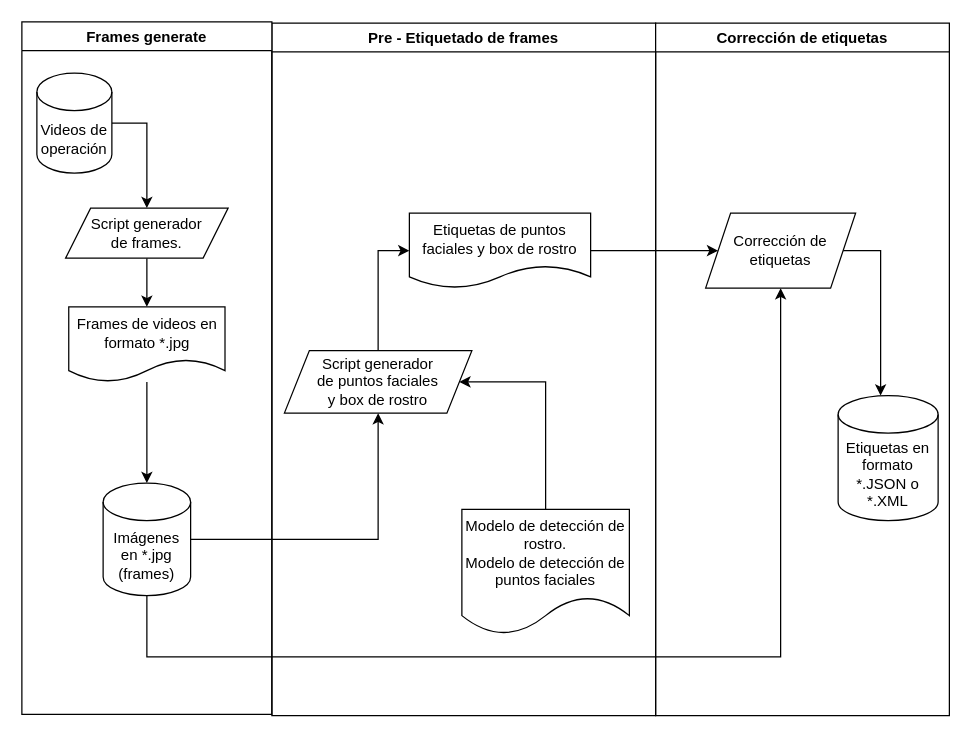
The draw.io diagram page "Page-2" (2 of 3) of data/Untitled Diagram.drawio in VicManX/dagdata, before the edit. Source tidied: cells renumbered, new cells numbered last; positions are measured from the earlier drawing's top-left corner, leaving out a move shared by most shapes. Both pictures are drawn from the tidied source at 125%, with x=0, y=0 at pixel (21, 21).
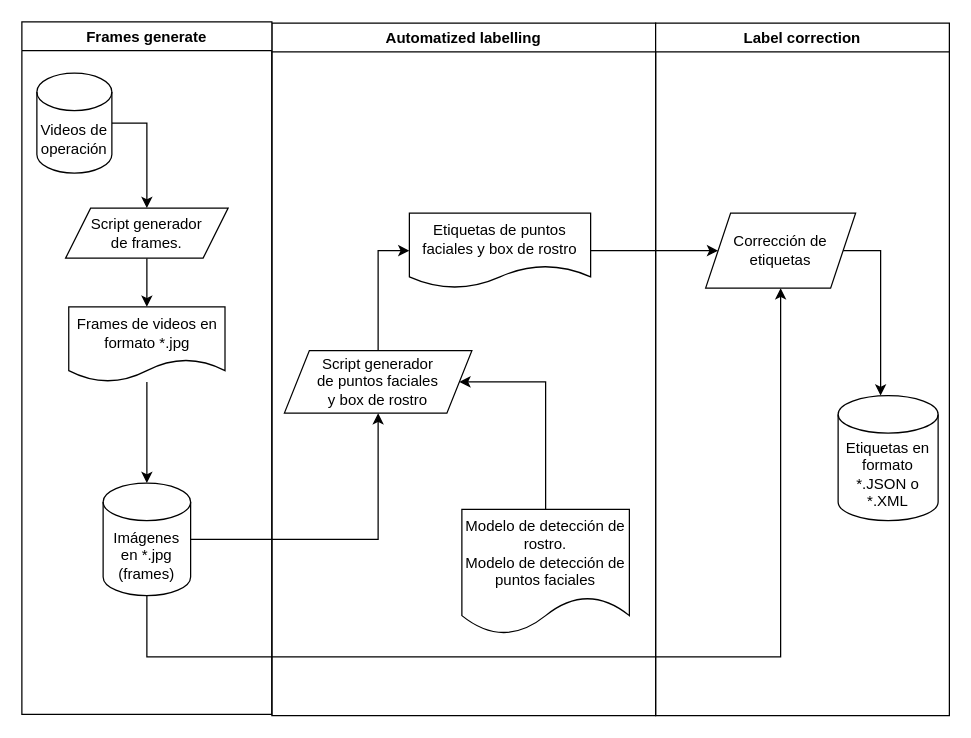
The same diagram, later.

What changed in the source:
```diff
@@
-    <mxCell id="2" value="Pre - Etiquetado de frames" style="swimlane;" parent="1" vertex="1">
+    <mxCell id="2" value="Automatized labelling" style="swimlane;" parent="1" vertex="1">
       <mxGeometry x="200" y="1" width="307" height="554" as="geometry" />
     </mxCell>
@@
-    <mxCell id="18" value="Corrección de etiquetas" style="swimlane;" parent="1" vertex="1">
+    <mxCell id="18" value="Label correction" style="swimlane;" parent="1" vertex="1">
       <mxGeometry x="507" y="1" width="235" height="554" as="geometry" />
     </mxCell>
```
